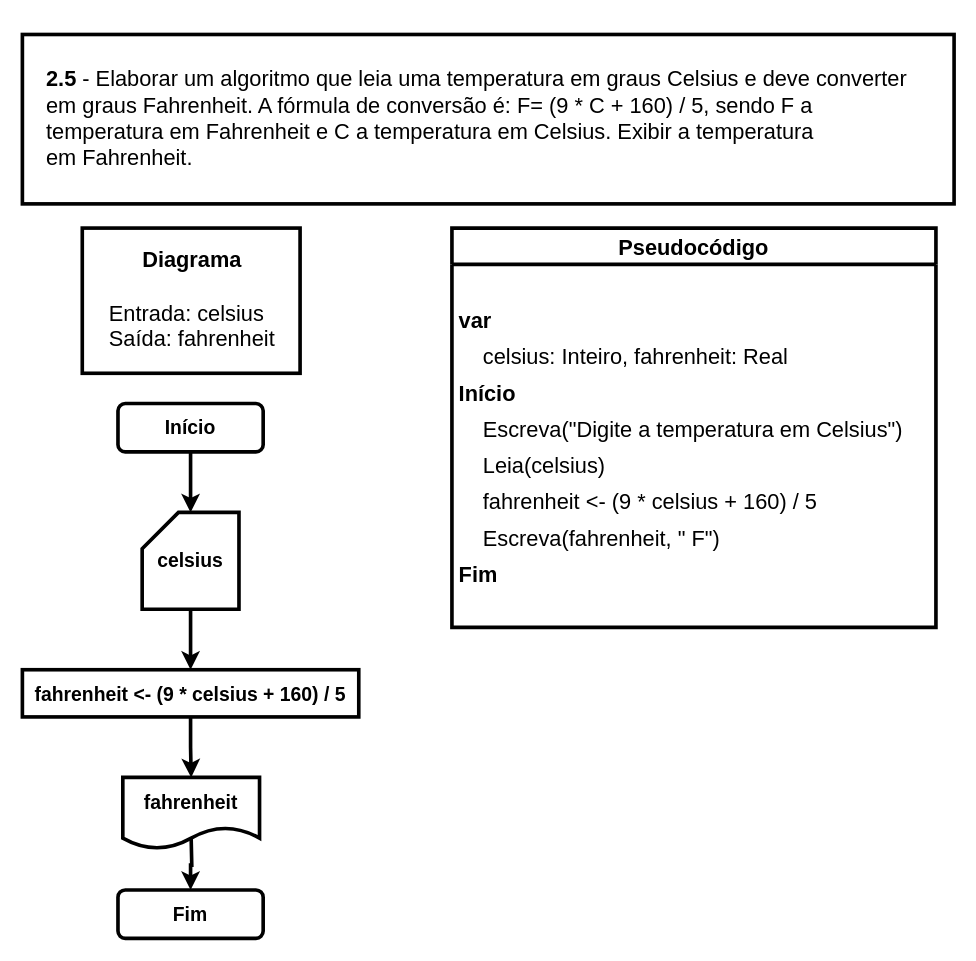
This is page "Ex. 2.5" (9 of 14) of exercicios.drawio from iSamekh/draw.io, a draw.io file, before an edit. Source tidied: cells renumbered, new cells numbered last; positions are measured from the earlier drawing's top-left corner, leaving out a move shared by most shapes. Both pictures are drawn from the tidied source at 121%, with x=0, y=0 at pixel (22, 34).
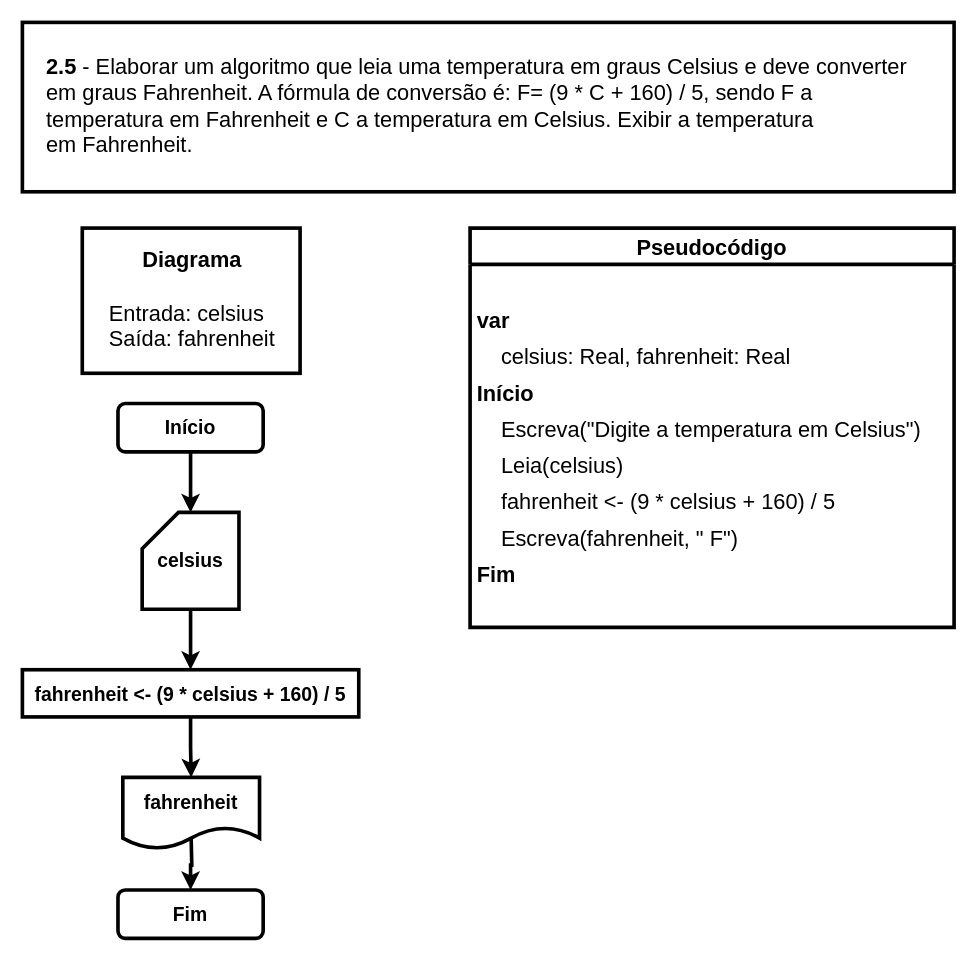
Above is the later version.

What changed in the source:
```diff
@@
     <mxCell id="11" value="Pseudocódigo" style="swimlane;fontStyle=1;horizontal=1;startSize=30;rounded=0;shadow=0;labelBackgroundColor=#FFFFFF;labelBorderColor=none;sketch=0;fillStyle=auto;strokeColor=default;strokeWidth=3;fillColor=default;swimlaneLine=1;glass=0;arcSize=20;fontSize=18;spacing=10;" parent="1" vertex="1">
-      <mxGeometry x="355" y="160" width="400" height="330" as="geometry" />
+      <mxGeometry x="370" y="160" width="400" height="330" as="geometry" />
     </mxCell>
@@
-    <mxCell id="14" value="    celsius: Inteiro, fahrenheit: Real" style="text;strokeColor=none;fillColor=none;align=left;verticalAlign=middle;spacingLeft=4;spacingRight=4;overflow=hidden;rounded=1;shadow=0;labelBackgroundColor=none;labelBorderColor=none;sketch=1;fillStyle=auto;strokeWidth=3;fontSize=18;" parent="11" vertex="1">
+    <mxCell id="14" value="    celsius: Real, fahrenheit: Real" style="text;strokeColor=none;fillColor=none;align=left;verticalAlign=middle;spacingLeft=4;spacingRight=4;overflow=hidden;rounded=1;shadow=0;labelBackgroundColor=none;labelBorderColor=none;sketch=1;fillStyle=auto;strokeWidth=3;fontSize=18;" parent="11" vertex="1">
       <mxGeometry y="90" width="400" height="30" as="geometry" />
     </mxCell>
@@
     <mxCell id="23" value="&lt;font style=&quot;font-size: 18px;&quot;&gt;&lt;b&gt;2.5&lt;/b&gt; - Elaborar um algoritmo que leia uma temperatura em graus Celsius e deve converter&lt;br&gt;em graus Fahrenheit. A fórmula de conversão é: F= (9 * C + 160) / 5, sendo F a&lt;br&gt;temperatura em Fahrenheit e C a temperatura em Celsius. Exibir a temperatura &lt;br&gt;em Fahrenheit.&lt;/font&gt;" style="text;html=1;align=left;verticalAlign=middle;rounded=0;labelBackgroundColor=#FFF;fillColor=default;gradientColor=none;strokeColor=default;fontSize=18;perimeterSpacing=0;spacing=20;strokeWidth=3;" parent="1" vertex="1">
-      <mxGeometry width="770" height="140" as="geometry" />
+      <mxGeometry y="-10" width="770" height="140" as="geometry" />
     </mxCell>
```
